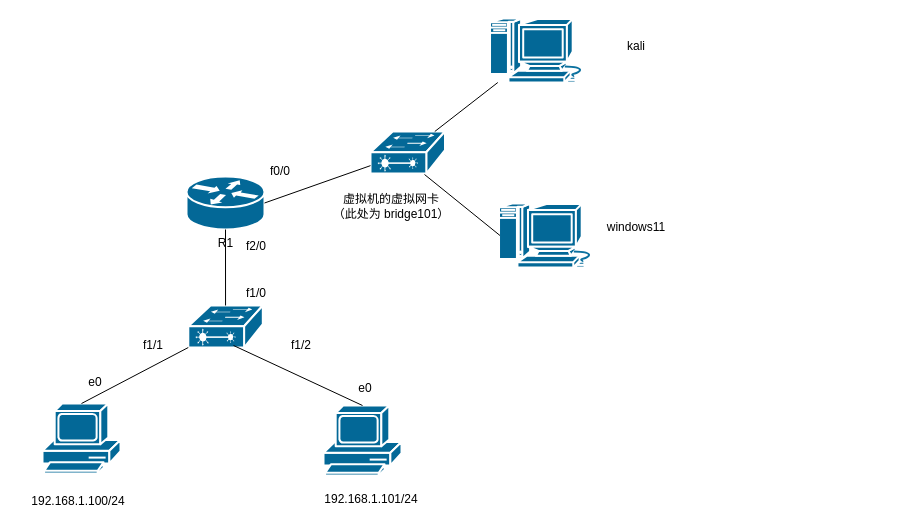
The draw.io diagram 网络安全实验室（线上）.drawio in zhongyupei666/noteFile, before the edit. Source tidied: cells renumbered, new cells numbered last; positions are measured from the earlier drawing's top-left corner, leaving out a move shared by most shapes. Both pictures are drawn from the tidied source at 100%, with x=0, y=0 at pixel (17, 18).
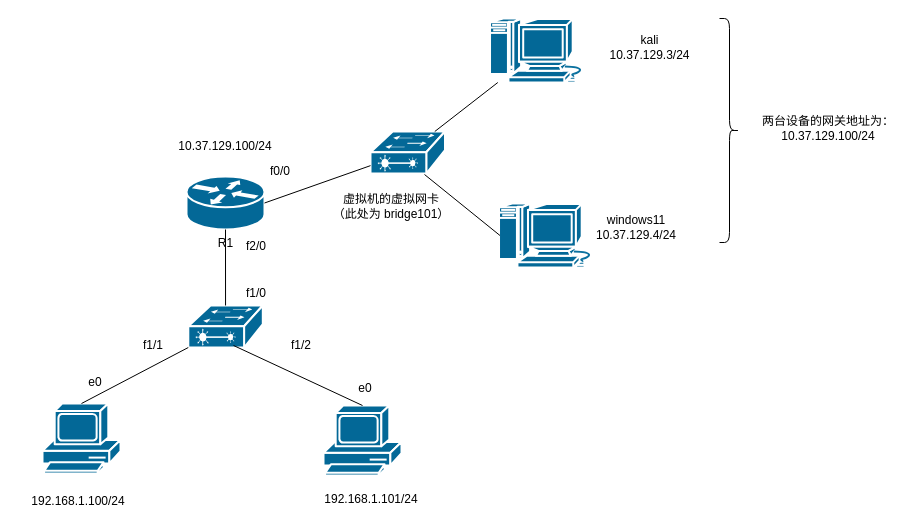
After the change.

Commit message (it also covers changes not shown here):
更新网络安全实验室（线上）.drawio

What changed in the source:
```diff
@@
-    <mxCell id="25" value="kali" style="text;html=1;align=center;verticalAlign=middle;whiteSpace=wrap;rounded=0;" parent="1" vertex="1">
-      <mxGeometry x="589" y="13" width="60" height="30" as="geometry" />
+    <mxCell id="25" value="kali&lt;br&gt;10.37.129.3/24" style="text;html=1;align=center;verticalAlign=middle;whiteSpace=wrap;rounded=0;" parent="1" vertex="1">
+      <mxGeometry x="589" y="13" width="87" height="31" as="geometry" />
     </mxCell>
-    <mxCell id="26" value="windows11" style="text;html=1;align=center;verticalAlign=middle;whiteSpace=wrap;rounded=0;" parent="1" vertex="1">
+    <mxCell id="26" value="windows11&lt;br&gt;10.37.129.4/24" style="text;html=1;align=center;verticalAlign=middle;whiteSpace=wrap;rounded=0;" parent="1" vertex="1">
       <mxGeometry x="589" y="194" width="60" height="30" as="geometry" />
     </mxCell>
+    <mxCell id="27" value="10.37.129.100/24" style="text;html=1;align=center;verticalAlign=middle;whiteSpace=wrap;rounded=0;" parent="1" vertex="1">
+      <mxGeometry x="178" y="113" width="60" height="30" as="geometry" />
+    </mxCell>
+    <mxCell id="28" style="shape=curlyBracket;whiteSpace=wrap;html=1;rounded=1;flipH=1;labelPosition=right;verticalLabelPosition=middle;align=left;verticalAlign=middle;" parent="1" vertex="1">
+      <mxGeometry x="702" width="20" height="224" as="geometry" />
+    </mxCell>
+    <mxCell id="29" value="两台设备的网关地址为：10.37.129.100/24" style="text;html=1;align=center;verticalAlign=middle;whiteSpace=wrap;rounded=0;" parent="1" vertex="1">
+      <mxGeometry x="743" y="95" width="136" height="30" as="geometry" />
+    </mxCell>
```
